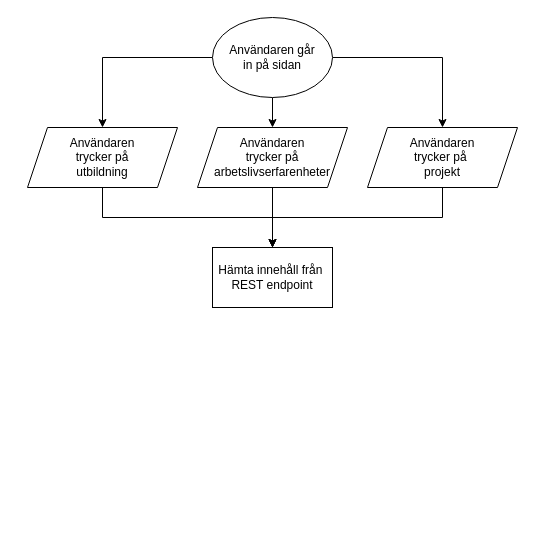
Earlier version of the draw.io diagram webbutveckling/Webbutveckling3/Moment6/clientFlowchart.drawio (EliasEriksson/miun). Source tidied: cells renumbered, new cells numbered last; positions are measured from the earlier drawing's top-left corner, leaving out a move shared by most shapes. Both pictures are drawn from the tidied source at 100%, with x=0, y=0 at pixel (27, 17).
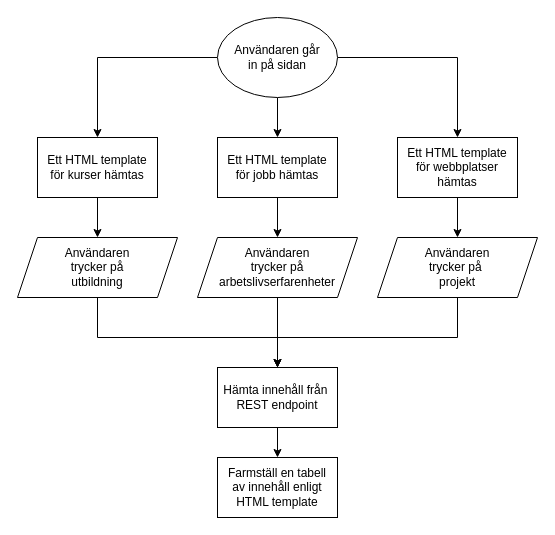
The same page after the edit.

The edit, as a diff of the source:
```diff
@@
-    <mxCell id="2" style="edgeStyle=orthogonalEdgeStyle;rounded=0;jettySize=auto;html=1;" parent="1" edge="1" source="5" target="7">
-      <mxGeometry relative="1" as="geometry" />
-    </mxCell>
-    <mxCell id="3" style="edgeStyle=orthogonalEdgeStyle;rounded=0;jettySize=auto;html=1;" parent="1" edge="1" source="5" target="9">
-      <mxGeometry relative="1" as="geometry" />
-    </mxCell>
-    <mxCell id="4" style="edgeStyle=orthogonalEdgeStyle;rounded=0;jettySize=auto;html=1;" parent="1" edge="1" source="5" target="11">
-      <mxGeometry relative="1" as="geometry" />
-    </mxCell>
+    <mxCell id="13" style="edgeStyle=orthogonalEdgeStyle;rounded=0;jettySize=auto;html=1;" parent="1" edge="1" source="5" target="18">
+      <mxGeometry relative="1" as="geometry" />
+    </mxCell>
+    <mxCell id="14" style="edgeStyle=orthogonalEdgeStyle;rounded=0;jettySize=auto;html=1;" parent="1" edge="1" source="5" target="20">
+      <mxGeometry relative="1" as="geometry" />
+    </mxCell>
+    <mxCell id="15" style="edgeStyle=orthogonalEdgeStyle;rounded=0;jettySize=auto;html=1;" parent="1" edge="1" source="5" target="22">
+      <mxGeometry relative="1" as="geometry" />
+    </mxCell>
     <mxCell id="5" value="Användaren går&lt;br&gt;in på sidan" style="ellipse;whiteSpace=wrap;html=1;" parent="1" vertex="1">
-      <mxGeometry x="185" width="120" height="80" as="geometry" />
+      <mxGeometry x="190" width="120" height="80" as="geometry" />
     </mxCell>
@@
     <mxCell id="7" value="Användaren&lt;br&gt;trycker på&lt;br&gt;arbetslivserfarenheter" style="shape=parallelogram;perimeter=parallelogramPerimeter;whiteSpace=wrap;html=1;fixedSize=1;" parent="1" vertex="1">
-      <mxGeometry x="170" y="110" width="150" height="60" as="geometry" />
+      <mxGeometry x="170" y="220" width="160" height="60" as="geometry" />
     </mxCell>
     <mxCell id="8" style="edgeStyle=orthogonalEdgeStyle;rounded=0;jettySize=auto;html=1;" parent="1" edge="1" source="9" target="12">
       <mxGeometry relative="1" as="geometry">
         <Array as="points">
-          <mxPoint x="75" y="200" />
-          <mxPoint x="245" y="200" />
+          <mxPoint x="70" y="320" />
+          <mxPoint x="250" y="320" />
         </Array>
       </mxGeometry>
     </mxCell>
     <mxCell id="9" value="Användaren&lt;br&gt;trycker på&lt;br&gt;utbildning" style="shape=parallelogram;perimeter=parallelogramPerimeter;whiteSpace=wrap;html=1;fixedSize=1;" parent="1" vertex="1">
-      <mxGeometry y="110" width="150" height="60" as="geometry" />
+      <mxGeometry x="-10" y="220" width="160" height="60" as="geometry" />
     </mxCell>
     <mxCell id="10" style="edgeStyle=orthogonalEdgeStyle;rounded=0;jettySize=auto;html=1;" parent="1" edge="1" source="11" target="12">
       <mxGeometry relative="1" as="geometry">
         <Array as="points">
-          <mxPoint x="415" y="200" />
-          <mxPoint x="245" y="200" />
+          <mxPoint x="430" y="320" />
+          <mxPoint x="250" y="320" />
         </Array>
       </mxGeometry>
     </mxCell>
     <mxCell id="11" value="Användaren&lt;br&gt;trycker på&amp;nbsp;&lt;br&gt;projekt" style="shape=parallelogram;perimeter=parallelogramPerimeter;whiteSpace=wrap;html=1;fixedSize=1;" parent="1" vertex="1">
-      <mxGeometry x="340" y="110" width="150" height="60" as="geometry" />
+      <mxGeometry x="350" y="220" width="160" height="60" as="geometry" />
     </mxCell>
+    <mxCell id="16" style="edgeStyle=orthogonalEdgeStyle;rounded=0;jettySize=auto;html=1;" parent="1" edge="1" source="12" target="23">
+      <mxGeometry relative="1" as="geometry" />
+    </mxCell>
     <mxCell id="12" value="Hämta innehåll från&amp;nbsp;&lt;br&gt;REST endpoint" style="rounded=0;whiteSpace=wrap;html=1;" parent="1" vertex="1">
-      <mxGeometry x="185" y="230" width="120" height="60" as="geometry" />
+      <mxGeometry x="190" y="350" width="120" height="60" as="geometry" />
     </mxCell>
+    <mxCell id="17" style="edgeStyle=orthogonalEdgeStyle;rounded=0;jettySize=auto;html=1;" parent="1" edge="1" source="18" target="7">
+      <mxGeometry relative="1" as="geometry" />
+    </mxCell>
+    <mxCell id="18" value="Ett HTML template&lt;br&gt;för jobb hämtas" style="rounded=0;whiteSpace=wrap;html=1;" parent="1" vertex="1">
+      <mxGeometry x="190" y="120" width="120" height="60" as="geometry" />
+    </mxCell>
+    <mxCell id="19" style="edgeStyle=orthogonalEdgeStyle;rounded=0;jettySize=auto;html=1;" parent="1" edge="1" source="20" target="9">
+      <mxGeometry relative="1" as="geometry" />
+    </mxCell>
+    <mxCell id="20" value="Ett HTML template&lt;br&gt;för kurser hämtas" style="rounded=0;whiteSpace=wrap;html=1;" parent="1" vertex="1">
+      <mxGeometry x="10" y="120" width="120" height="60" as="geometry" />
+    </mxCell>
+    <mxCell id="21" style="edgeStyle=orthogonalEdgeStyle;rounded=0;jettySize=auto;html=1;" parent="1" edge="1" source="22" target="11">
+      <mxGeometry relative="1" as="geometry" />
+    </mxCell>
+    <mxCell id="22" value="Ett HTML template&lt;br&gt;för webbplatser&lt;br&gt;hämtas" style="rounded=0;whiteSpace=wrap;html=1;" parent="1" vertex="1">
+      <mxGeometry x="370" y="120" width="120" height="60" as="geometry" />
+    </mxCell>
+    <mxCell id="23" value="Farmställ en tabell&lt;br&gt;av innehåll enligt HTML template" style="rounded=0;whiteSpace=wrap;html=1;" parent="1" vertex="1">
+      <mxGeometry x="190" y="440" width="120" height="60" as="geometry" />
+    </mxCell>
```
